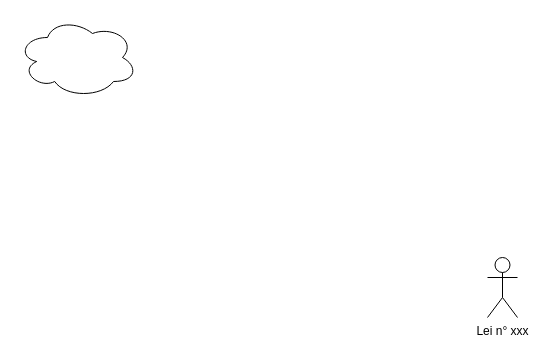
Earlier version of the draw.io diagram Diagrama sem nome.drawio (ppscarvalho/draw.io). Source tidied: cells renumbered, new cells numbered last; positions are measured from the earlier drawing's top-left corner, leaving out a move shared by most shapes. Both pictures are drawn from the tidied source at 100%, with x=0, y=0 at pixel (17, 17).
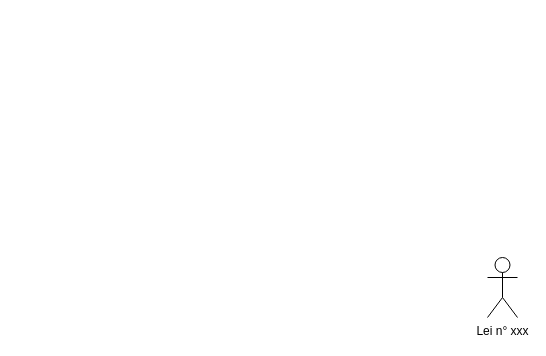
The same page after the edit.

Diff of the diagram source:
```diff
@@
 <mxGraphModel>
   <root>
     <mxCell id="0" />
     <mxCell id="1" parent="0" />
     <mxCell id="2" value="Lei n° xxx" style="shape=umlActor;verticalLabelPosition=bottom;verticalAlign=top;html=1;" parent="1" vertex="1">
       <mxGeometry x="470" y="240" width="30" height="60" as="geometry" />
     </mxCell>
-    <mxCell id="3" style="ellipse;shape=cloud;whiteSpace=wrap;html=1;verticalAlign=top;" parent="1" vertex="1">
-      <mxGeometry width="120" height="80" as="geometry" />
-    </mxCell>
   </root>
 </mxGraphModel>
```
